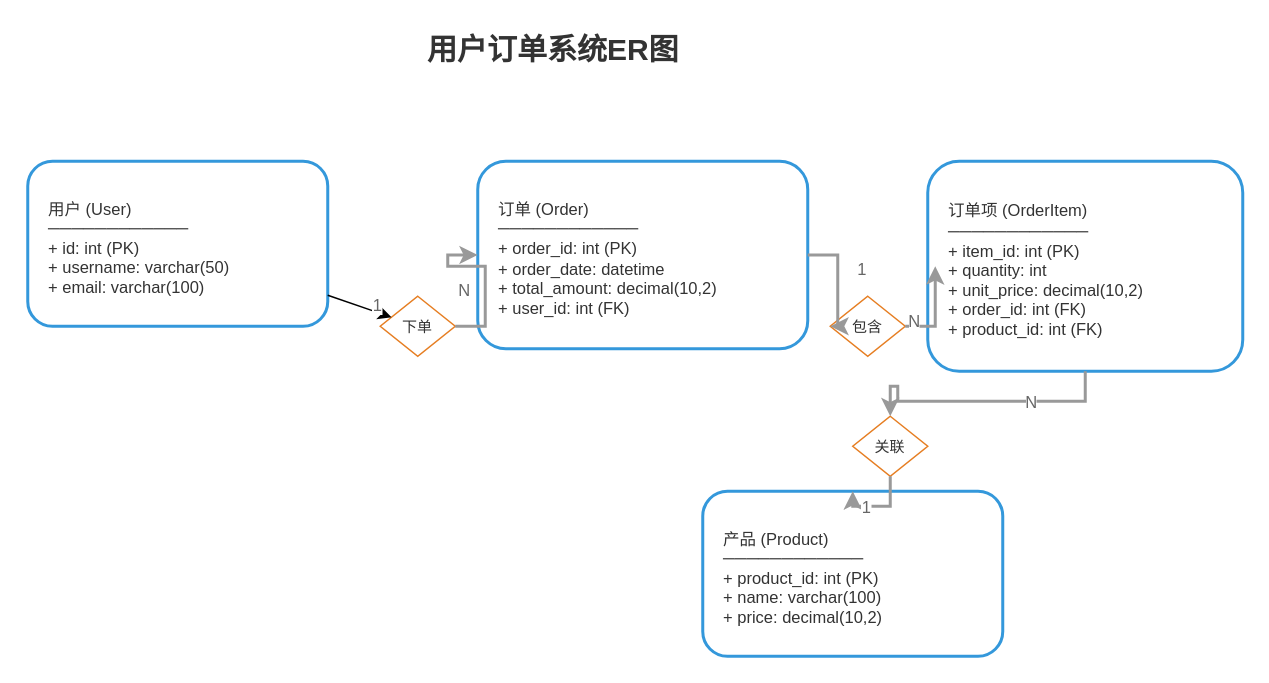
BeWaterMyFriend7/SKILL-PROJECT keeps this draw.io diagram as .opencode/skills/xml-diagram/examples/实体关系图-light-用户订单.drawio. Above is the earlier version. Source tidied: cells renumbered, new cells numbered last; positions are measured from the earlier drawing's top-left corner, leaving out a move shared by most shapes. Both pictures are drawn from the tidied source at 150%, with x=0, y=0 at pixel (27, 26).
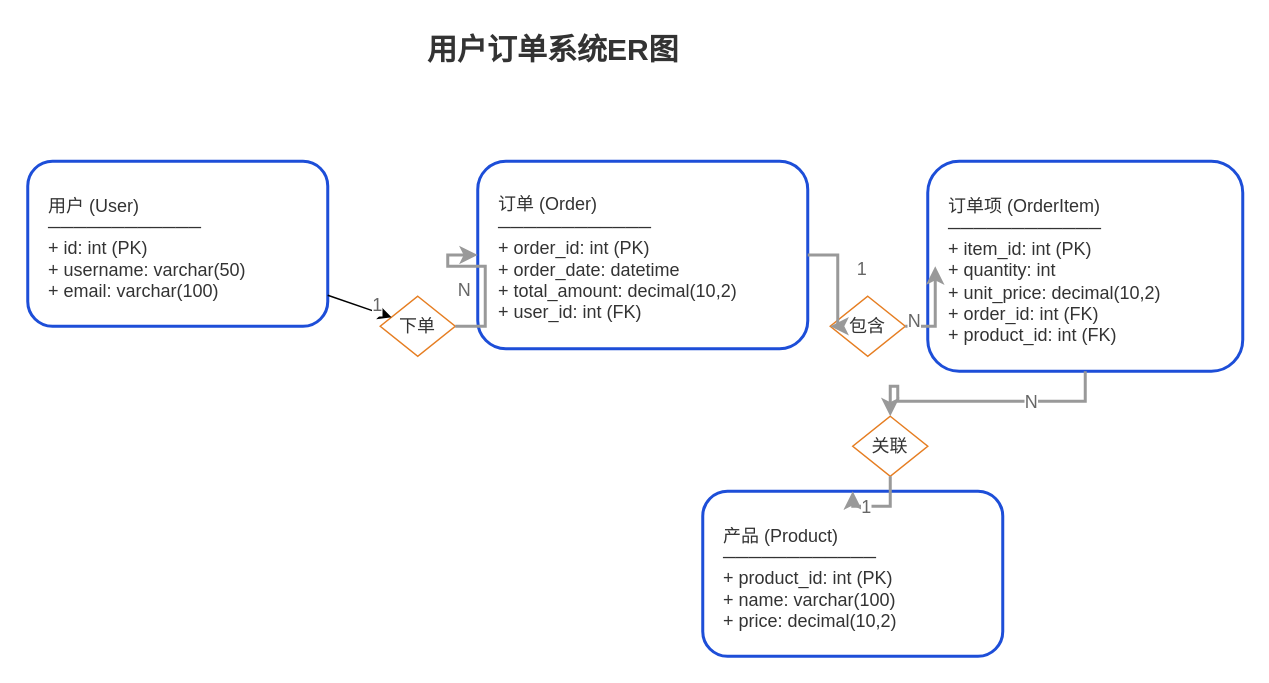
After the change.

Unchanged cells that the change refers to:
```xml
<mxCell id="10" parent="1" edge="1" source="3" target="7">
  <mxGeometry relative="1" as="geometry" />
</mxCell>
<mxCell id="12" style="edgeStyle=orthogonalEdgeStyle;rounded=0;jettySize=auto;html=1;strokeColor=#999999;strokeWidth=2;endArrow=classic;endFill=1;" parent="1" edge="1" source="7" target="4">
  <mxGeometry relative="1" as="geometry" />
</mxCell>
<mxCell id="14" style="edgeStyle=orthogonalEdgeStyle;rounded=0;jettySize=auto;html=1;strokeColor=#999999;strokeWidth=2;endArrow=classic;endFill=1;" parent="1" edge="1" source="4" target="8">
  <mxGeometry relative="1" as="geometry" />
</mxCell>
<mxCell id="16" style="edgeStyle=orthogonalEdgeStyle;rounded=0;jettySize=auto;html=1;strokeColor=#999999;strokeWidth=2;endArrow=classic;endFill=1;" parent="1" edge="1" source="8" target="5">
  <mxGeometry relative="1" as="geometry" />
</mxCell>
<mxCell id="18" style="edgeStyle=orthogonalEdgeStyle;rounded=0;jettySize=auto;html=1;strokeColor=#999999;strokeWidth=2;endArrow=classic;endFill=1;" parent="1" edge="1" source="5" target="9">
  <mxGeometry relative="1" as="geometry" />
</mxCell>
<mxCell id="20" style="edgeStyle=orthogonalEdgeStyle;rounded=0;jettySize=auto;html=1;strokeColor=#999999;strokeWidth=2;endArrow=classic;endFill=1;" parent="1" edge="1" source="9" target="6">
  <mxGeometry relative="1" as="geometry" />
</mxCell>
```

What changed in the source:
```diff
@@
-    <mxCell id="3" value="用户 (User)&#10;────────────&#10;+ id: int (PK)&#10;+ username: varchar(50)&#10;+ email: varchar(100)" style="rounded=1;whiteSpace=wrap;html=1;fillColor=#ffffff;strokeColor=#3498db;strokeWidth=2;fontColor=#333333;fontSize=11;align=left;spacingLeft=12;spacingTop=5;" parent="1" vertex="1">
+    <mxCell id="3" value="用户 (User)&#10;────────────&#10;+ id: int (PK)&#10;+ username: varchar(50)&#10;+ email: varchar(100)" style="rounded=1;whiteSpace=wrap;html=1;fillColor=#ffffff;strokeColor=#1D4ED8;strokeWidth=2;fontColor=#333333;fontSize=12;align=left;spacingLeft=12;spacingTop=5;" parent="1" vertex="1">
       <mxGeometry y="90" width="200" height="110" as="geometry" />
     </mxCell>
-    <mxCell id="4" value="订单 (Order)&#10;────────────&#10;+ order_id: int (PK)&#10;+ order_date: datetime&#10;+ total_amount: decimal(10,2)&#10;+ user_id: int (FK)" style="rounded=1;whiteSpace=wrap;html=1;fillColor=#ffffff;strokeColor=#3498db;strokeWidth=2;fontColor=#333333;fontSize=11;align=left;spacingLeft=12;spacingTop=5;" parent="1" vertex="1">
+    <mxCell id="4" value="订单 (Order)&#10;────────────&#10;+ order_id: int (PK)&#10;+ order_date: datetime&#10;+ total_amount: decimal(10,2)&#10;+ user_id: int (FK)" style="rounded=1;whiteSpace=wrap;html=1;fillColor=#ffffff;strokeColor=#1D4ED8;strokeWidth=2;fontColor=#333333;fontSize=12;align=left;spacingLeft=12;spacingTop=5;" parent="1" vertex="1">
       <mxGeometry x="300" y="90" width="220" height="125" as="geometry" />
     </mxCell>
-    <mxCell id="5" value="订单项 (OrderItem)&#10;────────────&#10;+ item_id: int (PK)&#10;+ quantity: int&#10;+ unit_price: decimal(10,2)&#10;+ order_id: int (FK)&#10;+ product_id: int (FK)" style="rounded=1;whiteSpace=wrap;html=1;fillColor=#ffffff;strokeColor=#3498db;strokeWidth=2;fontColor=#333333;fontSize=11;align=left;spacingLeft=12;spacingTop=5;" parent="1" vertex="1">
+    <mxCell id="5" value="订单项 (OrderItem)&#10;────────────&#10;+ item_id: int (PK)&#10;+ quantity: int&#10;+ unit_price: decimal(10,2)&#10;+ order_id: int (FK)&#10;+ product_id: int (FK)" style="rounded=1;whiteSpace=wrap;html=1;fillColor=#ffffff;strokeColor=#1D4ED8;strokeWidth=2;fontColor=#333333;fontSize=12;align=left;spacingLeft=12;spacingTop=5;" parent="1" vertex="1">
       <mxGeometry x="600" y="90" width="210" height="140" as="geometry" />
     </mxCell>
-    <mxCell id="6" value="产品 (Product)&#10;────────────&#10;+ product_id: int (PK)&#10;+ name: varchar(100)&#10;+ price: decimal(10,2)" style="rounded=1;whiteSpace=wrap;html=1;fillColor=#ffffff;strokeColor=#3498db;strokeWidth=2;fontColor=#333333;fontSize=11;align=left;spacingLeft=12;spacingTop=5;" parent="1" vertex="1">
+    <mxCell id="6" value="产品 (Product)&#10;────────────&#10;+ product_id: int (PK)&#10;+ name: varchar(100)&#10;+ price: decimal(10,2)" style="rounded=1;whiteSpace=wrap;html=1;fillColor=#ffffff;strokeColor=#1D4ED8;strokeWidth=2;fontColor=#333333;fontSize=12;align=left;spacingLeft=12;spacingTop=5;" parent="1" vertex="1">
       <mxGeometry x="450" y="310" width="200" height="110" as="geometry" />
     </mxCell>
-    <mxCell id="7" value="下单" style="rhombus;whiteSpace=wrap;html=1;fillColor=#ffffff;strokeColor=#e67e22;strokeWidth=1;fontColor=#333333;fontSize=10;" parent="1" vertex="1">
+    <mxCell id="7" value="下单" style="rhombus;whiteSpace=wrap;html=1;fillColor=#ffffff;strokeColor=#e67e22;strokeWidth=1;fontColor=#333333;fontSize=12;" parent="1" vertex="1">
       <mxGeometry x="235" y="180" width="50" height="40" as="geometry" />
     </mxCell>
-    <mxCell id="8" value="包含" style="rhombus;whiteSpace=wrap;html=1;fillColor=#ffffff;strokeColor=#e67e22;strokeWidth=1;fontColor=#333333;fontSize=10;" parent="1" vertex="1">
+    <mxCell id="8" value="包含" style="rhombus;whiteSpace=wrap;html=1;fillColor=#ffffff;strokeColor=#e67e22;strokeWidth=1;fontColor=#333333;fontSize=12;" parent="1" vertex="1">
       <mxGeometry x="535" y="180" width="50" height="40" as="geometry" />
     </mxCell>
-    <mxCell id="9" value="关联" style="rhombus;whiteSpace=wrap;html=1;fillColor=#ffffff;strokeColor=#e67e22;strokeWidth=1;fontColor=#333333;fontSize=10;" parent="1" vertex="1">
+    <mxCell id="9" value="关联" style="rhombus;whiteSpace=wrap;html=1;fillColor=#ffffff;strokeColor=#e67e22;strokeWidth=1;fontColor=#333333;fontSize=12;" parent="1" vertex="1">
       <mxGeometry x="550" y="260" width="50" height="40" as="geometry" />
     </mxCell>
@@
-    <mxCell id="11" value="1" style="edgeLabel;html=1;align=center;verticalAlign=middle;fontSize=11;fontColor=#666666;" parent="10" vertex="1">
+    <mxCell id="11" value="1" style="edgeLabel;html=1;align=center;verticalAlign=middle;fontSize=12;fontColor=#666666;" parent="10" vertex="1">
       <mxGeometry x="-0.2" relative="1" as="geometry">
         <mxPoint x="15" as="offset" />
       </mxGeometry>
     </mxCell>
@@
-    <mxCell id="13" value="N" style="edgeLabel;html=1;align=center;verticalAlign=middle;fontSize=11;fontColor=#666666;" parent="12" vertex="1">
+    <mxCell id="13" value="N" style="edgeLabel;html=1;align=center;verticalAlign=middle;fontSize=12;fontColor=#666666;" parent="12" vertex="1">
       <mxGeometry x="-0.2" relative="1" as="geometry">
         <mxPoint x="-15" as="offset" />
       </mxGeometry>
     </mxCell>
@@
-    <mxCell id="15" value="1" style="edgeLabel;html=1;align=center;verticalAlign=middle;fontSize=11;fontColor=#666666;" parent="14" vertex="1">
+    <mxCell id="15" value="1" style="edgeLabel;html=1;align=center;verticalAlign=middle;fontSize=12;fontColor=#666666;" parent="14" vertex="1">
       <mxGeometry x="-0.2" relative="1" as="geometry">
         <mxPoint x="15" as="offset" />
       </mxGeometry>
     </mxCell>
@@
-    <mxCell id="17" value="N" style="edgeLabel;html=1;align=center;verticalAlign=middle;fontSize=11;fontColor=#666666;" parent="16" vertex="1">
+    <mxCell id="17" value="N" style="edgeLabel;html=1;align=center;verticalAlign=middle;fontSize=12;fontColor=#666666;" parent="16" vertex="1">
       <mxGeometry x="-0.2" relative="1" as="geometry">
         <mxPoint x="-15" as="offset" />
       </mxGeometry>
     </mxCell>
@@
-    <mxCell id="19" value="N" style="edgeLabel;html=1;align=center;verticalAlign=middle;fontSize=11;fontColor=#666666;" parent="18" vertex="1">
+    <mxCell id="19" value="N" style="edgeLabel;html=1;align=center;verticalAlign=middle;fontSize=12;fontColor=#666666;" parent="18" vertex="1">
       <mxGeometry x="-0.2" relative="1" as="geometry">
         <mxPoint x="15" as="offset" />
       </mxGeometry>
     </mxCell>
@@
-    <mxCell id="21" value="1" style="edgeLabel;html=1;align=center;verticalAlign=middle;fontSize=11;fontColor=#666666;" parent="20" vertex="1">
+    <mxCell id="21" value="1" style="edgeLabel;html=1;align=center;verticalAlign=middle;fontSize=12;fontColor=#666666;" parent="20" vertex="1">
       <mxGeometry x="-0.2" relative="1" as="geometry">
         <mxPoint x="-15" as="offset" />
       </mxGeometry>
     </mxCell>
```
